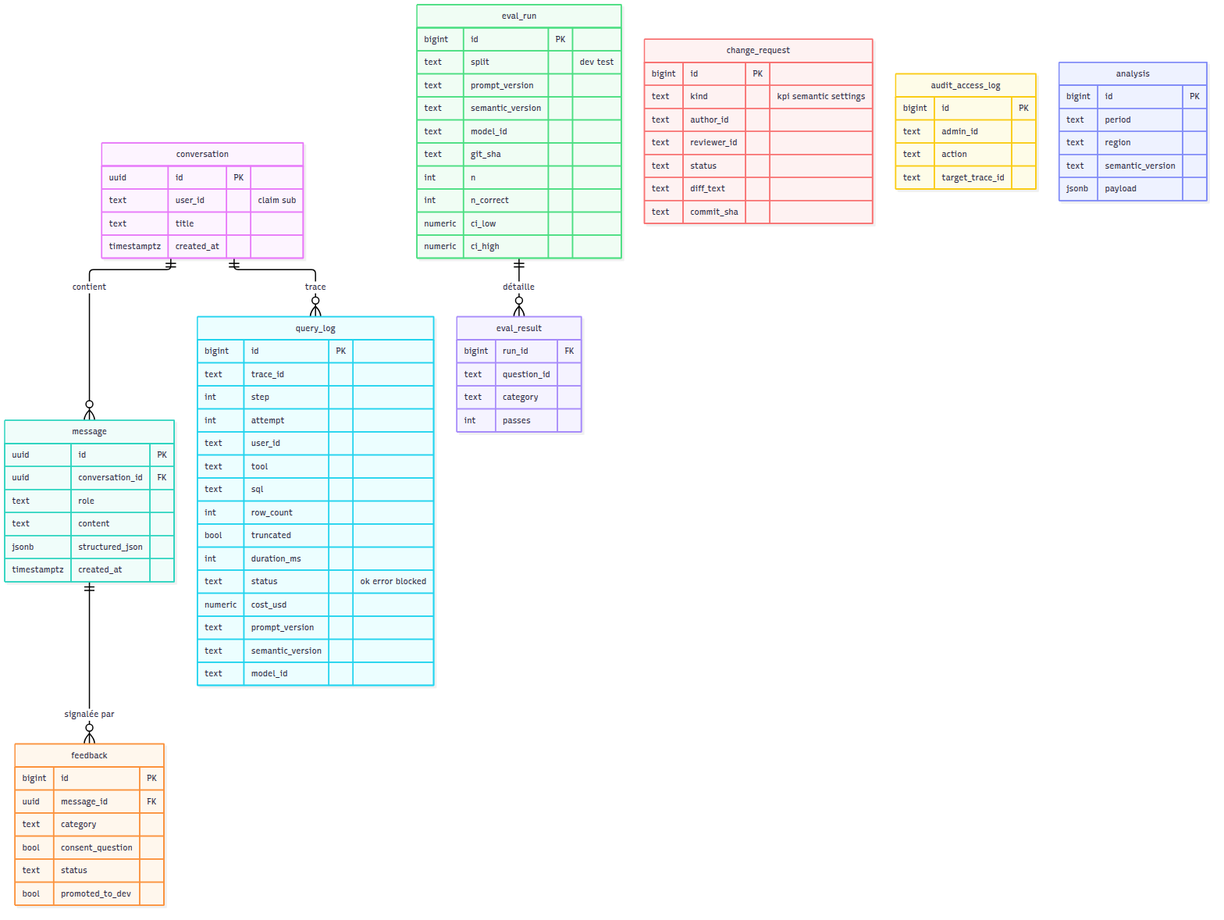
justefrank/decision-agent-IA keeps this Mermaid diagram as docs/diagrams/png/04-tables-applicatives.png. Above is the earlier version. Its source is kept beside it as docs/diagrams/04-tables-applicatives.mmd.
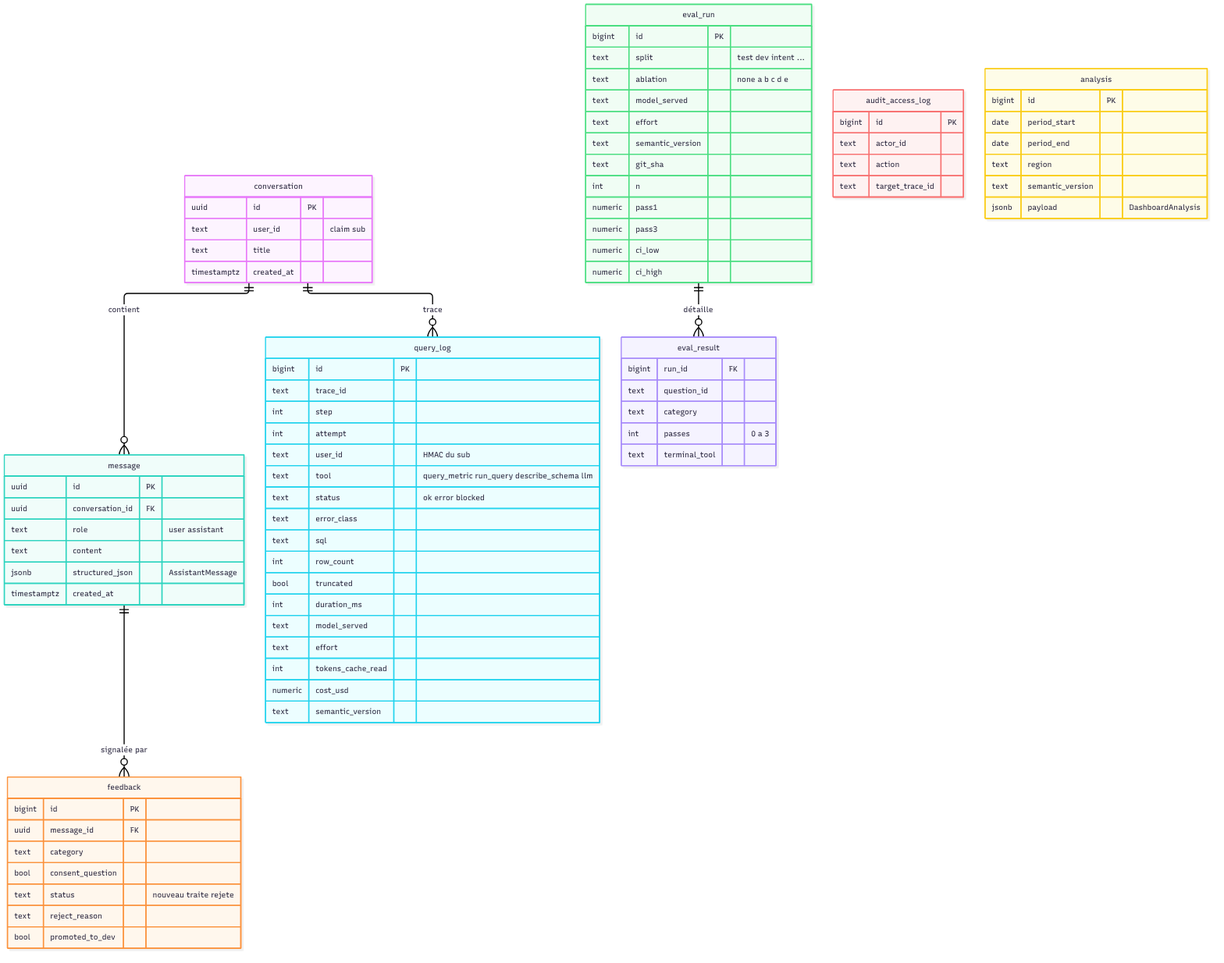
Above is the later version.

Diff of the diagram source:
```diff
@@ -12,9 +12,9 @@
   message {
     uuid id PK
     uuid conversation_id FK
-    text role
+    text role "user assistant"
     text content
-    jsonb structured_json
+    jsonb structured_json "AssistantMessage"
     timestamptz created_at
   }
   query_log {
@@ -22,44 +22,40 @@
     text trace_id
     int step
     int attempt
-    text user_id
-    text tool
+    text user_id "HMAC du sub"
+    text tool "query_metric run_query describe_schema llm"
+    text status "ok error blocked"
+    text error_class
     text sql
     int row_count
     bool truncated
     int duration_ms
-    text status "ok error blocked"
+    text model_served
+    text effort
+    int tokens_cache_read
     numeric cost_usd
-    text prompt_version
     text semantic_version
-    text model_id
   }
   feedback {
     bigint id PK
     uuid message_id FK
     text category
     bool consent_question
-    text status
+    text status "nouveau traite rejete"
+    text reject_reason
     bool promoted_to_dev
-  }
-  change_request {
-    bigint id PK
-    text kind "kpi semantic settings"
-    text author_id
-    text reviewer_id
-    text status
-    text diff_text
-    text commit_sha
   }
   eval_run {
     bigint id PK
-    text split "dev test"
-    text prompt_version
+    text split "test dev intent ..."
+    text ablation "none a b c d e"
+    text model_served
+    text effort
     text semantic_version
-    text model_id
     text git_sha
     int n
-    int n_correct
+    numeric pass1
+    numeric pass3
     numeric ci_low
     numeric ci_high
   }
@@ -67,18 +63,20 @@
     bigint run_id FK
     text question_id
     text category
-    int passes
+    int passes "0 a 3"
+    text terminal_tool
   }
   audit_access_log {
     bigint id PK
-    text admin_id
+    text actor_id
     text action
     text target_trace_id
   }
   analysis {
     bigint id PK
-    text period
+    date period_start
+    date period_end
     text region
     text semantic_version
-    jsonb payload
+    jsonb payload "DashboardAnalysis"
   }
```
